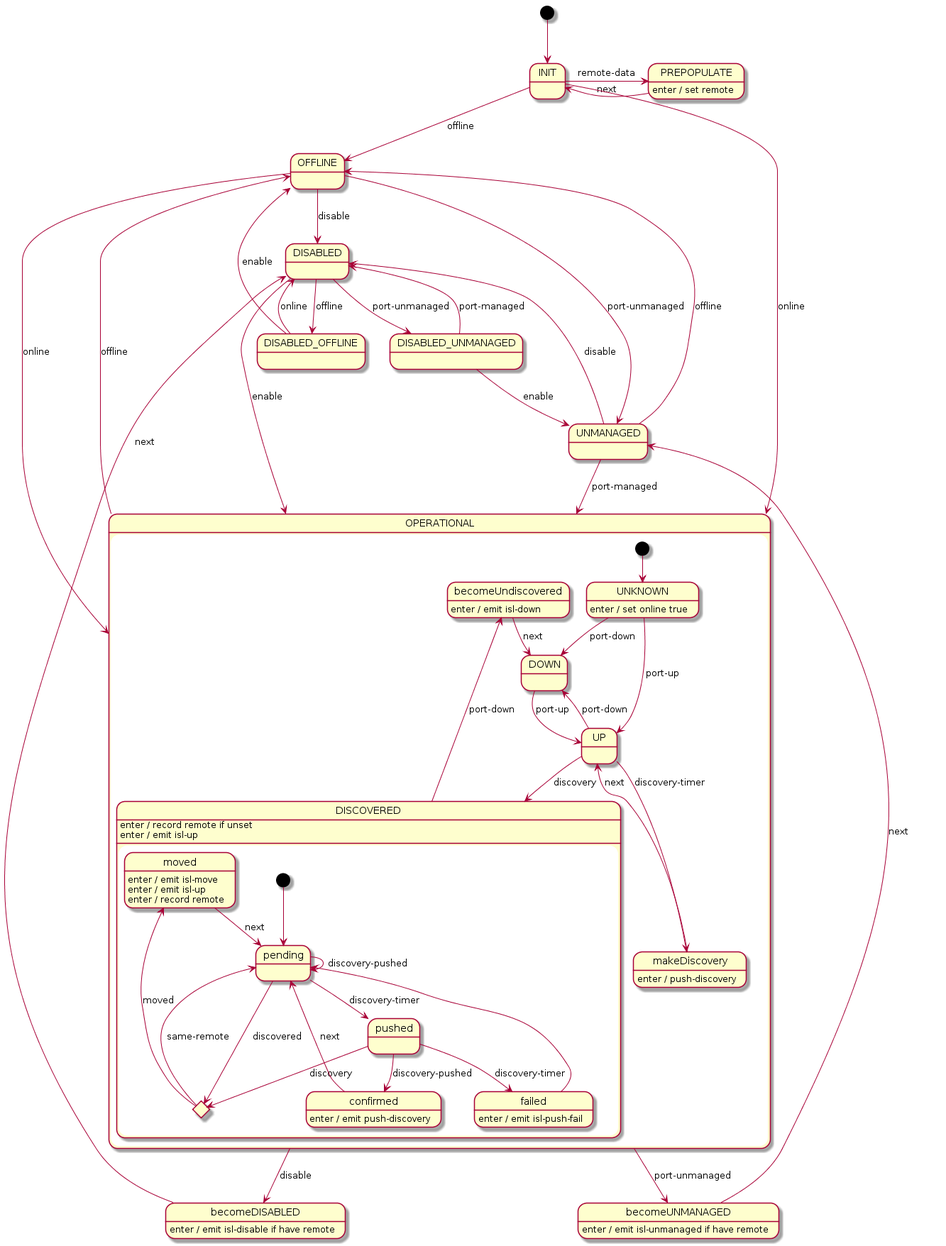
The PlantUML diagram docs/design/network-discovery/port-FSM.png in mikalstill/open-kilda, before a commit. The source it was exported from:
```plantuml
@startuml
[*] --> INIT

INIT -r-> PREPOPULATE : remote-data
INIT --> OFFLINE : offline
INIT --> OPERATIONAL : online

PREPOPULATE : enter / set remote
PREPOPULATE -l-> INIT : next

state OPERATIONAL {
    [*] --> UNKNOWN

    UNKNOWN : enter / set online true
    UNKNOWN --> DOWN : port-down
    UNKNOWN --> UP : port-up

    UP --> DOWN : port-down
    UP --> makeDiscovery : discovery-timer
    UP --> DISCOVERED : discovery

    makeDiscovery : enter / push-discovery
    makeDiscovery --> UP : next

    DOWN --> UP : port-up

    state DISCOVERED {
        DISCOVERED : enter / record remote if unset
        DISCOVERED : enter / emit isl-up

        state checkMoved <<choice>>

        [*] --> pending
        pending --> pushed : discovery-timer
        pending -d-> checkMoved : discovered
        pending --> pending : discovery-pushed

        pushed --> confirmed : discovery-pushed
        pushed --> failed : discovery-timer
        pushed -d-> checkMoved : discovery

        confirmed : enter / emit push-discovery
        confirmed --> pending : next

        failed : enter / emit isl-push-fail
        failed --> pending

        checkMoved -u-> pending : same-remote
        checkMoved -u-> moved : moved

        moved : enter / emit isl-move
        moved : enter / emit isl-up
        moved : enter / record remote
        moved --> pending : next
    }
    DISCOVERED -u-> becomeUndiscovered : port-down

    becomeUndiscovered : enter / emit isl-down
    becomeUndiscovered --> DOWN : next
}

OPERATIONAL --> OFFLINE : offline
OPERATIONAL --> becomeDISABLED : disable
OPERATIONAL --> becomeUNMANAGED : port-unmanaged

becomeDISABLED : enter / emit isl-disable if have remote
becomeDISABLED --> DISABLED : next

becomeUNMANAGED : enter / emit isl-unmanaged if have remote
becomeUNMANAGED --> UNMANAGED : next

DISABLED --> OPERATIONAL : enable
DISABLED --> DISABLED_OFFLINE : offline
DISABLED --> DISABLED_UNMANAGED : port-unmanaged

UNMANAGED --> OPERATIONAL : port-managed
UNMANAGED --> DISABLED : disable
UNMANAGED --> OFFLINE : offline

OFFLINE --> OPERATIONAL : online
OFFLINE --> DISABLED : disable
OFFLINE --> UNMANAGED : port-unmanaged

DISABLED_OFFLINE --> DISABLED : online
DISABLED_OFFLINE --> OFFLINE : enable

DISABLED_UNMANAGED --> DISABLED : port-managed
DISABLED_UNMANAGED --> UNMANAGED : enable

@enduml
```
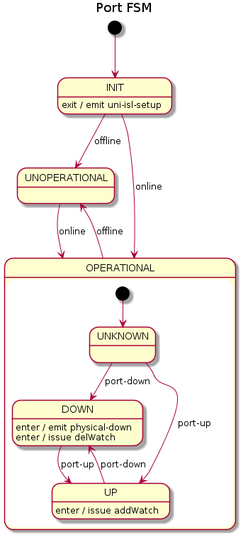
Above is the later version.

The edit, as a diff of the source:
```diff
@@ -1,90 +1,27 @@
 @startuml
+title Port FSM
+
 [*] --> INIT
 
-INIT -r-> PREPOPULATE : remote-data
-INIT --> OFFLINE : offline
+INIT --> UNOPERATIONAL : offline
 INIT --> OPERATIONAL : online
-
-PREPOPULATE : enter / set remote
-PREPOPULATE -l-> INIT : next
+INIT : exit / emit uni-isl-setup
 
 state OPERATIONAL {
     [*] --> UNKNOWN
 
-    UNKNOWN : enter / set online true
     UNKNOWN --> DOWN : port-down
     UNKNOWN --> UP : port-up
 
+    DOWN --> UP : port-up
+    DOWN : enter / emit physical-down
+    DOWN : enter / issue delWatch
+
     UP --> DOWN : port-down
-    UP --> makeDiscovery : discovery-timer
-    UP --> DISCOVERED : discovery
-
-    makeDiscovery : enter / push-discovery
-    makeDiscovery --> UP : next
-
-    DOWN --> UP : port-up
-
-    state DISCOVERED {
-        DISCOVERED : enter / record remote if unset
-        DISCOVERED : enter / emit isl-up
-
-        state checkMoved <<choice>>
-
-        [*] --> pending
-        pending --> pushed : discovery-timer
-        pending -d-> checkMoved : discovered
-        pending --> pending : discovery-pushed
-
-        pushed --> confirmed : discovery-pushed
-        pushed --> failed : discovery-timer
-        pushed -d-> checkMoved : discovery
-
-        confirmed : enter / emit push-discovery
-        confirmed --> pending : next
-
-        failed : enter / emit isl-push-fail
-        failed --> pending
-
-        checkMoved -u-> pending : same-remote
-        checkMoved -u-> moved : moved
-
-        moved : enter / emit isl-move
-        moved : enter / emit isl-up
-        moved : enter / record remote
-        moved --> pending : next
-    }
-    DISCOVERED -u-> becomeUndiscovered : port-down
-
-    becomeUndiscovered : enter / emit isl-down
-    becomeUndiscovered --> DOWN : next
+    UP : enter / issue addWatch
 }
 
-OPERATIONAL --> OFFLINE : offline
-OPERATIONAL --> becomeDISABLED : disable
-OPERATIONAL --> becomeUNMANAGED : port-unmanaged
+OPERATIONAL --> UNOPERATIONAL : offline
 
-becomeDISABLED : enter / emit isl-disable if have remote
-becomeDISABLED --> DISABLED : next
-
-becomeUNMANAGED : enter / emit isl-unmanaged if have remote
-becomeUNMANAGED --> UNMANAGED : next
-
-DISABLED --> OPERATIONAL : enable
-DISABLED --> DISABLED_OFFLINE : offline
-DISABLED --> DISABLED_UNMANAGED : port-unmanaged
-
-UNMANAGED --> OPERATIONAL : port-managed
-UNMANAGED --> DISABLED : disable
-UNMANAGED --> OFFLINE : offline
-
-OFFLINE --> OPERATIONAL : online
-OFFLINE --> DISABLED : disable
-OFFLINE --> UNMANAGED : port-unmanaged
-
-DISABLED_OFFLINE --> DISABLED : online
-DISABLED_OFFLINE --> OFFLINE : enable
-
-DISABLED_UNMANAGED --> DISABLED : port-managed
-DISABLED_UNMANAGED --> UNMANAGED : enable
-
+UNOPERATIONAL --> OPERATIONAL : online
 @enduml
```
